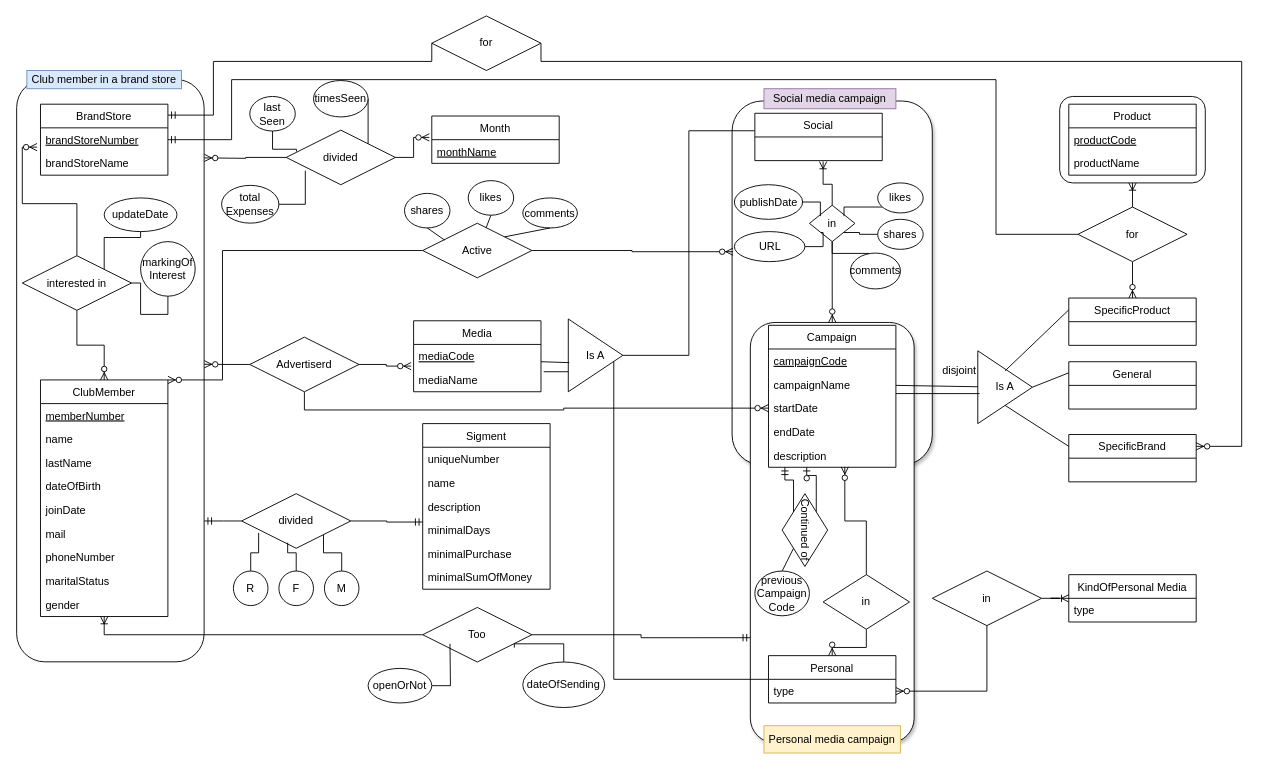
Before: תרגיל בית 1 עד ה18.11/Solution2_HW1_Diagram.drawio in Kfir-G/DataBases-ERD_diagrams, a draw.io diagram. Source tidied: cells renumbered, new cells numbered last; positions are measured from the earlier drawing's top-left corner, leaving out a move shared by most shapes. Both pictures are drawn from the tidied source at 91%, with x=0, y=0 at pixel (-181, 15).
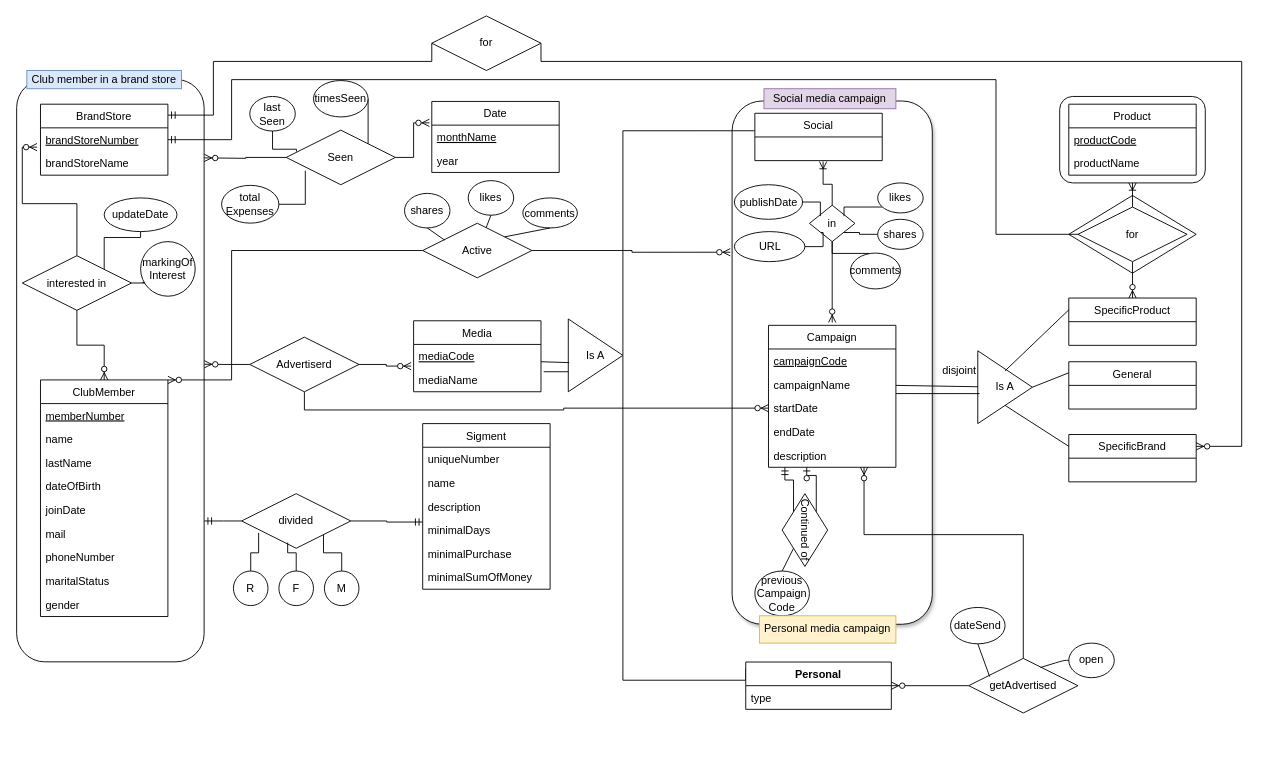
Above is the later version.

The change refers to these unchanged cells:
```xml
<mxCell id="6" value="Campaign" style="swimlane;fontStyle=0;horizontal=1;startSize=26;fillColor=none;" parent="1" vertex="1">
  <mxGeometry x="1043" y="340" width="140" height="156" as="geometry" />
</mxCell>
<mxCell id="9" value="startDate" style="text;strokeColor=none;fillColor=none;align=left;verticalAlign=top;spacingLeft=4;spacingRight=4;overflow=hidden;points=[[0,0.5],[1,0.5]];portConstraint=eastwest;" parent="6" vertex="1">
  <mxGeometry y="78" width="140" height="26" as="geometry" />
</mxCell>
<mxCell id="11" value="description" style="text;strokeColor=none;fillColor=none;align=left;verticalAlign=top;spacingLeft=4;spacingRight=4;overflow=hidden;points=[[0,0.5],[1,0.5]];portConstraint=eastwest;" parent="6" vertex="1">
  <mxGeometry y="130" width="140" height="26" as="geometry" />
</mxCell>
<mxCell id="12" value="Social" style="swimlane;fontStyle=0;horizontal=1;startSize=26;fillColor=none;" parent="1" vertex="1">
  <mxGeometry x="1028" y="107" width="140" height="52" as="geometry" />
</mxCell>
<mxCell id="17" value="in" style="shape=rhombus;perimeter=rhombusPerimeter;whiteSpace=wrap;html=1;align=center;" parent="1" vertex="1">
  <mxGeometry x="1088" y="208" width="50" height="40" as="geometry" />
</mxCell>
<mxCell id="28" value="Is A" style="triangle;whiteSpace=wrap;html=1;" parent="1" vertex="1">
  <mxGeometry x="823" y="333" width="60" height="80" as="geometry" />
</mxCell>
<mxCell id="43" value="Product" style="swimlane;fontStyle=0;horizontal=1;startSize=26;fillColor=none;" parent="1" vertex="1">
  <mxGeometry x="1373" y="97" width="140" height="78" as="geometry" />
</mxCell>
<mxCell id="46" value="ClubMember" style="swimlane;fontStyle=0;horizontal=1;startSize=26;fillColor=none;" parent="1" vertex="1">
  <mxGeometry x="243" y="400" width="140" height="260" as="geometry" />
</mxCell>
<mxCell id="55" value="gender" style="text;strokeColor=none;fillColor=none;align=left;verticalAlign=top;spacingLeft=4;spacingRight=4;overflow=hidden;points=[[0,0.5],[1,0.5]];portConstraint=eastwest;" parent="46" vertex="1">
  <mxGeometry y="234" width="140" height="26" as="geometry" />
</mxCell>
<mxCell id="68" value="interested in" style="shape=rhombus;perimeter=rhombusPerimeter;whiteSpace=wrap;html=1;align=center;" parent="1" vertex="1">
  <mxGeometry x="223" y="263.5" width="120" height="60" as="geometry" />
</mxCell>
<mxCell id="86" value="Active" style="shape=rhombus;perimeter=rhombusPerimeter;whiteSpace=wrap;html=1;align=center;" parent="1" vertex="1">
  <mxGeometry x="663" y="227.8" width="120" height="60" as="geometry" />
</mxCell>
<mxCell id="90" value="Advertiserd" style="shape=rhombus;perimeter=rhombusPerimeter;whiteSpace=wrap;html=1;align=center;" parent="1" vertex="1">
  <mxGeometry x="473" y="353" width="120" height="60" as="geometry" />
</mxCell>
<mxCell id="134" value="markingOf Interest" style="ellipse;whiteSpace=wrap;html=1;" parent="1" vertex="1">
  <mxGeometry x="353" y="248" width="60" height="60" as="geometry" />
</mxCell>
```

Change to the diagram source:
```diff
@@
+    <mxCell id="139" style="shape=rhombus;perimeter=rhombusPerimeter;whiteSpace=wrap;html=1;align=center;" parent="1" vertex="1">
+      <mxGeometry x="1373" y="197.3" width="140" height="85.4" as="geometry" />
+    </mxCell>
@@
     <mxCell id="4" style="rounded=1;whiteSpace=wrap;html=1;rotation=90;shadow=1;" parent="1" vertex="1">
-      <mxGeometry x="913" y="183.5" width="400" height="220" as="geometry" />
+      <mxGeometry x="825.5" y="271" width="575" height="220" as="geometry" />
     </mxCell>
-    <mxCell id="5" style="rounded=1;whiteSpace=wrap;html=1;rotation=90;glass=0;shadow=1;" parent="1" vertex="1">
-      <mxGeometry x="882.1" y="477.8" width="461.9" height="180" as="geometry" />
-    </mxCell>
@@
-    <mxCell id="13" value="Personal" style="swimlane;fontStyle=0;horizontal=1;startSize=26;fillColor=none;" parent="1" vertex="1">
-      <mxGeometry x="1043" y="703" width="140" height="52" as="geometry" />
-    </mxCell>
-    <mxCell id="14" value="type" style="text;strokeColor=none;fillColor=none;align=left;verticalAlign=top;spacingLeft=4;spacingRight=4;overflow=hidden;points=[[0,0.5],[1,0.5]];portConstraint=eastwest;" parent="13" vertex="1">
-      <mxGeometry y="26" width="140" height="26" as="geometry" />
-    </mxCell>
@@
-    <mxCell id="16" style="edgeStyle=orthogonalEdgeStyle;rounded=0;jettySize=auto;html=1;endArrow=ERzeroToMany;endFill=1;" parent="1" edge="1" source="17" target="5">
-      <mxGeometry relative="1" as="geometry" />
+    <mxCell id="16" style="edgeStyle=orthogonalEdgeStyle;rounded=0;jettySize=auto;html=1;endArrow=ERzeroToMany;endFill=1;" parent="1" edge="1" source="17">
+      <mxGeometry relative="1" as="geometry">
+        <mxPoint x="1113" y="336.9" as="targetPoint" />
+      </mxGeometry>
     </mxCell>
@@
-    <mxCell id="18" style="edgeStyle=orthogonalEdgeStyle;rounded=0;jettySize=auto;html=1;endArrow=ERzeroToMany;endFill=1;" parent="1" edge="1" source="20" target="13">
-      <mxGeometry relative="1" as="geometry" />
-    </mxCell>
-    <mxCell id="19" style="edgeStyle=orthogonalEdgeStyle;rounded=0;jettySize=auto;html=1;entryX=0.599;entryY=0.982;entryDx=0;entryDy=0;entryPerimeter=0;endArrow=ERzeroToMany;endFill=1;" parent="1" edge="1" source="20" target="11">
-      <mxGeometry relative="1" as="geometry" />
-    </mxCell>
-    <mxCell id="20" value="in" style="shape=rhombus;perimeter=rhombusPerimeter;whiteSpace=wrap;html=1;align=center;" parent="1" vertex="1">
-      <mxGeometry x="1103" y="614" width="95" height="60" as="geometry" />
-    </mxCell>
-    <mxCell id="21" style="edgeStyle=orthogonalEdgeStyle;rounded=0;jettySize=auto;html=1;entryX=0;entryY=0.5;entryDx=0;entryDy=0;endArrow=ERoneToMany;endFill=0;" parent="1" edge="1" source="23" target="24">
-      <mxGeometry relative="1" as="geometry" />
-    </mxCell>
-    <mxCell id="22" style="edgeStyle=orthogonalEdgeStyle;rounded=0;jettySize=auto;html=1;entryX=1;entryY=0.5;entryDx=0;entryDy=0;endArrow=ERzeroToMany;endFill=1;" parent="1" edge="1" source="23" target="14">
-      <mxGeometry relative="1" as="geometry" />
-    </mxCell>
-    <mxCell id="23" value="in" style="shape=rhombus;perimeter=rhombusPerimeter;whiteSpace=wrap;html=1;align=center;" parent="1" vertex="1">
-      <mxGeometry x="1223" y="610" width="120" height="60" as="geometry" />
-    </mxCell>
-    <mxCell id="24" value="KindOfPersonal Media" style="swimlane;fontStyle=0;horizontal=1;startSize=26;fillColor=none;" parent="1" vertex="1">
-      <mxGeometry x="1373" y="614" width="140" height="52" as="geometry" />
-    </mxCell>
-    <mxCell id="25" value="type" style="text;strokeColor=none;fillColor=none;align=left;verticalAlign=top;spacingLeft=4;spacingRight=4;overflow=hidden;" parent="24" vertex="1">
-      <mxGeometry y="26" width="140" height="26" as="geometry" />
-    </mxCell>
     <mxCell id="26" style="edgeStyle=orthogonalEdgeStyle;rounded=0;jettySize=auto;html=1;entryX=-0.002;entryY=0.369;entryDx=0;entryDy=0;entryPerimeter=0;endArrow=none;endFill=0;" parent="1" edge="1" source="28" target="12">
-      <mxGeometry relative="1" as="geometry" />
+      <mxGeometry relative="1" as="geometry">
+        <Array as="points">
+          <mxPoint x="883" y="126" />
+        </Array>
+      </mxGeometry>
     </mxCell>
-    <mxCell id="27" style="edgeStyle=orthogonalEdgeStyle;rounded=0;jettySize=auto;html=1;entryX=0;entryY=0.5;entryDx=0;entryDy=0;endArrow=none;endFill=0;" parent="1" edge="1" source="28" target="13">
+    <mxCell id="27" style="edgeStyle=orthogonalEdgeStyle;rounded=0;jettySize=auto;html=1;endArrow=none;endFill=0;entryX=0;entryY=0.14;entryDx=0;entryDy=0;entryPerimeter=0;" parent="1" edge="1" source="28" target="13">
       <mxGeometry relative="1" as="geometry">
         <Array as="points">
-          <mxPoint x="873" y="373" />
-          <mxPoint x="873" y="729" />
+          <mxPoint x="883" y="730" />
+          <mxPoint x="1018" y="730" />
         </Array>
       </mxGeometry>
     </mxCell>
@@
-    <mxCell id="44" value="productCode" style="text;strokeColor=none;fillColor=none;align=left;verticalAlign=top;spacingLeft=4;spacingRight=4;overflow=hidden;fontStyle=4;" parent="43" vertex="1">
+    <mxCell id="44" value="productCode" style="text;strokeColor=none;fillColor=none;align=left;verticalAlign=top;spacingLeft=4;spacingRight=4;overflow=hidden;fontStyle=4;dashed=1;" parent="43" vertex="1">
       <mxGeometry y="26" width="140" height="26" as="geometry" />
     </mxCell>
@@
-    <mxCell id="66" style="edgeStyle=orthogonalEdgeStyle;rounded=0;jettySize=auto;html=1;exitX=1;exitY=0.5;exitDx=0;exitDy=0;entryX=0.5;entryY=1;entryDx=0;entryDy=0;endArrow=none;endFill=0;" parent="1" edge="1" source="68" target="134">
+    <mxCell id="66" style="edgeStyle=orthogonalEdgeStyle;rounded=0;jettySize=auto;html=1;exitX=1;exitY=0.5;exitDx=0;exitDy=0;entryX=0.033;entryY=0.75;entryDx=0;entryDy=0;endArrow=none;endFill=0;entryPerimeter=0;" parent="1" edge="1" source="68" target="134">
       <mxGeometry relative="1" as="geometry">
         <Array as="points">
-          <mxPoint x="353" y="294" />
-          <mxPoint x="353" y="328" />
-          <mxPoint x="383" y="328" />
+          <mxPoint x="383" y="294" />
         </Array>
       </mxGeometry>
     </mxCell>
@@
-    <mxCell id="79" value="Month" style="swimlane;fontStyle=0;horizontal=1;startSize=26;fillColor=none;" parent="1" vertex="1">
-      <mxGeometry x="673" y="110" width="140" height="52" as="geometry" />
+    <mxCell id="79" value="Date" style="swimlane;fontStyle=0;horizontal=1;startSize=26;fillColor=none;" parent="1" vertex="1">
+      <mxGeometry x="673" y="94" width="140" height="78" as="geometry" />
     </mxCell>
@@
+    <mxCell id="140" value="year" style="text;strokeColor=none;fillColor=none;align=left;verticalAlign=top;spacingLeft=4;spacingRight=4;overflow=hidden;fontStyle=0;" parent="79" vertex="1">
+      <mxGeometry y="52" width="140" height="26" as="geometry" />
+    </mxCell>
@@
-    <mxCell id="83" value="divided" style="shape=rhombus;perimeter=rhombusPerimeter;whiteSpace=wrap;html=1;align=center;" parent="1" vertex="1">
+    <mxCell id="83" value="Seen" style="shape=rhombus;perimeter=rhombusPerimeter;whiteSpace=wrap;html=1;align=center;" parent="1" vertex="1">
       <mxGeometry x="513" y="125.5" width="120" height="60" as="geometry" />
     </mxCell>
-    <mxCell id="84" style="edgeStyle=orthogonalEdgeStyle;rounded=0;jettySize=auto;html=1;endArrow=ERzeroToMany;endFill=1;entryX=0.414;entryY=0.995;entryDx=0;entryDy=0;entryPerimeter=0;" parent="1" edge="1" source="86" target="4">
+    <mxCell id="84" style="edgeStyle=orthogonalEdgeStyle;rounded=0;jettySize=auto;html=1;endArrow=ERzeroToMany;endFill=1;entryX=0.289;entryY=1.009;entryDx=0;entryDy=0;entryPerimeter=0;" parent="1" edge="1" source="86" target="4">
       <mxGeometry relative="1" as="geometry" />
     </mxCell>
     <mxCell id="85" style="edgeStyle=orthogonalEdgeStyle;rounded=0;jettySize=auto;html=1;entryX=1;entryY=0;entryDx=0;entryDy=0;endArrow=ERzeroToMany;endFill=1;" parent="1" edge="1" source="86" target="46">
       <mxGeometry relative="1" as="geometry">
         <Array as="points">
-          <mxPoint x="443" y="258" />
-          <mxPoint x="443" y="400" />
+          <mxPoint x="453" y="258" />
+          <mxPoint x="453" y="400" />
         </Array>
       </mxGeometry>
     </mxCell>
@@
     <mxCell id="89" style="edgeStyle=orthogonalEdgeStyle;rounded=0;jettySize=auto;html=1;entryX=0;entryY=0.5;entryDx=0;entryDy=0;endArrow=ERzeroToMany;endFill=1;" parent="1" edge="1" source="90" target="9">
-      <mxGeometry relative="1" as="geometry" />
+      <mxGeometry relative="1" as="geometry">
+        <Array as="points">
+          <mxPoint x="533" y="433" />
+          <mxPoint x="818" y="433" />
+          <mxPoint x="818" y="431" />
+        </Array>
+      </mxGeometry>
     </mxCell>
@@
-    <mxCell id="91" style="edgeStyle=orthogonalEdgeStyle;rounded=0;jettySize=auto;html=1;entryX=0.75;entryY=1;entryDx=0;entryDy=0;endArrow=ERmandOne;endFill=0;" parent="1" edge="1" source="93" target="5">
-      <mxGeometry relative="1" as="geometry" />
-    </mxCell>
-    <mxCell id="92" style="edgeStyle=orthogonalEdgeStyle;rounded=0;jettySize=auto;html=1;endArrow=ERoneToMany;endFill=0;" parent="1" edge="1" source="93" target="55">
-      <mxGeometry relative="1" as="geometry">
-        <Array as="points">
-          <mxPoint x="313" y="680" />
-        </Array>
-      </mxGeometry>
-    </mxCell>
-    <mxCell id="93" value="Too" style="shape=rhombus;perimeter=rhombusPerimeter;whiteSpace=wrap;html=1;align=center;" parent="1" vertex="1">
-      <mxGeometry x="663" y="650" width="120" height="60" as="geometry" />
-    </mxCell>
@@
-    <mxCell id="97" style="edgeStyle=orthogonalEdgeStyle;rounded=0;jettySize=auto;html=1;endArrow=none;endFill=0;" parent="1" edge="1" source="98">
-      <mxGeometry relative="1" as="geometry">
-        <mxPoint x="693" y="690" as="targetPoint" />
-      </mxGeometry>
-    </mxCell>
-    <mxCell id="98" value="openOrNot" style="ellipse;whiteSpace=wrap;html=1;" parent="1" vertex="1">
-      <mxGeometry x="603" y="717" width="70" height="38" as="geometry" />
-    </mxCell>
-    <mxCell id="99" style="edgeStyle=orthogonalEdgeStyle;rounded=0;jettySize=auto;html=1;entryX=0.839;entryY=0.736;entryDx=0;entryDy=0;entryPerimeter=0;endArrow=none;endFill=0;" parent="1" edge="1" source="100" target="93">
-      <mxGeometry relative="1" as="geometry" />
-    </mxCell>
-    <mxCell id="100" value="dateOfSending" style="ellipse;whiteSpace=wrap;html=1;" parent="1" vertex="1">
-      <mxGeometry x="773" y="710" width="90" height="50" as="geometry" />
-    </mxCell>
@@
     <mxCell id="131" value="Personal media campaign" style="text;html=1;strokeColor=#d6b656;fillColor=#fff2cc;align=center;verticalAlign=middle;whiteSpace=wrap;rounded=0;shadow=0;glass=0;rotation=0;" parent="1" vertex="1">
-      <mxGeometry x="1038" y="780" width="150" height="30" as="geometry" />
+      <mxGeometry x="1033" y="659.2" width="150" height="30" as="geometry" />
     </mxCell>
@@
+    <mxCell id="13" value="Personal" style="swimlane;fontStyle=1;align=center;verticalAlign=top;horizontal=1;startSize=26;" parent="1" vertex="1">
+      <mxGeometry x="1018" y="710" width="160" height="52" as="geometry" />
+    </mxCell>
+    <mxCell id="141" value="type" style="text;strokeColor=none;fillColor=none;align=left;verticalAlign=top;spacingLeft=4;spacingRight=4;overflow=hidden;" parent="13" vertex="1">
+      <mxGeometry y="26" width="160" height="26" as="geometry" />
+    </mxCell>
+    <mxCell id="142" style="edgeStyle=orthogonalEdgeStyle;rounded=0;jettySize=auto;html=1;endArrow=ERzeroToMany;endFill=1;" parent="1" edge="1" source="144" target="13">
+      <mxGeometry relative="1" as="geometry" />
+    </mxCell>
+    <mxCell id="143" style="edgeStyle=orthogonalEdgeStyle;rounded=0;jettySize=auto;html=1;entryX=0.75;entryY=1;entryDx=0;entryDy=0;endArrow=ERzeroToMany;endFill=1;" parent="1" edge="1" source="144" target="6">
+      <mxGeometry relative="1" as="geometry">
+        <Array as="points">
+          <mxPoint x="1323" y="570" />
+          <mxPoint x="1148" y="570" />
+        </Array>
+      </mxGeometry>
+    </mxCell>
+    <mxCell id="144" value="getAdvertised" style="shape=rhombus;perimeter=rhombusPerimeter;whiteSpace=wrap;html=1;align=center;" parent="1" vertex="1">
+      <mxGeometry x="1263" y="706" width="120" height="60" as="geometry" />
+    </mxCell>
+    <mxCell id="145" value="dateSend" style="ellipse;whiteSpace=wrap;html=1;" parent="1" vertex="1">
+      <mxGeometry x="1243" y="650" width="60" height="40" as="geometry" />
+    </mxCell>
+    <mxCell id="146" value="open" style="ellipse;whiteSpace=wrap;html=1;" parent="1" vertex="1">
+      <mxGeometry x="1373" y="689.2" width="50" height="38" as="geometry" />
+    </mxCell>
+    <mxCell id="147" style="endArrow=none;html=1;exitX=0.658;exitY=0.167;exitDx=0;exitDy=0;exitPerimeter=0;" parent="1" edge="1" source="144" target="146">
+      <mxGeometry relative="1" as="geometry">
+        <Array as="points">
+          <mxPoint x="1368" y="708" />
+        </Array>
+      </mxGeometry>
+    </mxCell>
+    <mxCell id="148" style="endArrow=none;html=1;exitX=0.192;exitY=0.333;exitDx=0;exitDy=0;exitPerimeter=0;" parent="1" edge="1" source="144">
+      <mxGeometry relative="1" as="geometry">
+        <mxPoint x="1273" y="690" as="targetPoint" />
+      </mxGeometry>
+    </mxCell>
```
